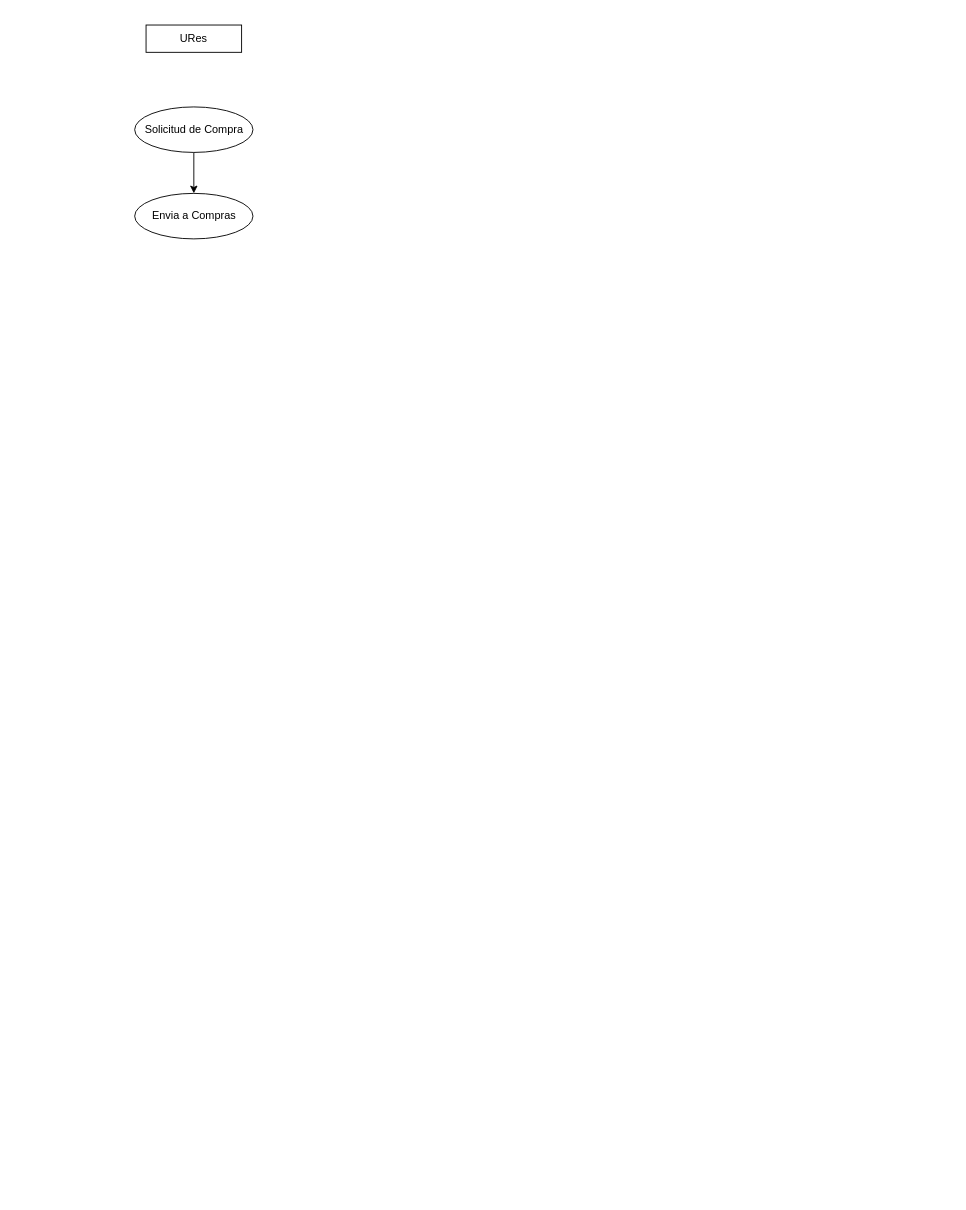
The draw.io diagram Compras.drawio in asvsoftUAGro/Diagramas, before the edit. Source tidied: cells renumbered, new cells numbered last; positions are measured from the earlier drawing's top-left corner, leaving out a move shared by most shapes. Both pictures are drawn from the tidied source at 91%, with x=0, y=0 at pixel (134, 25).
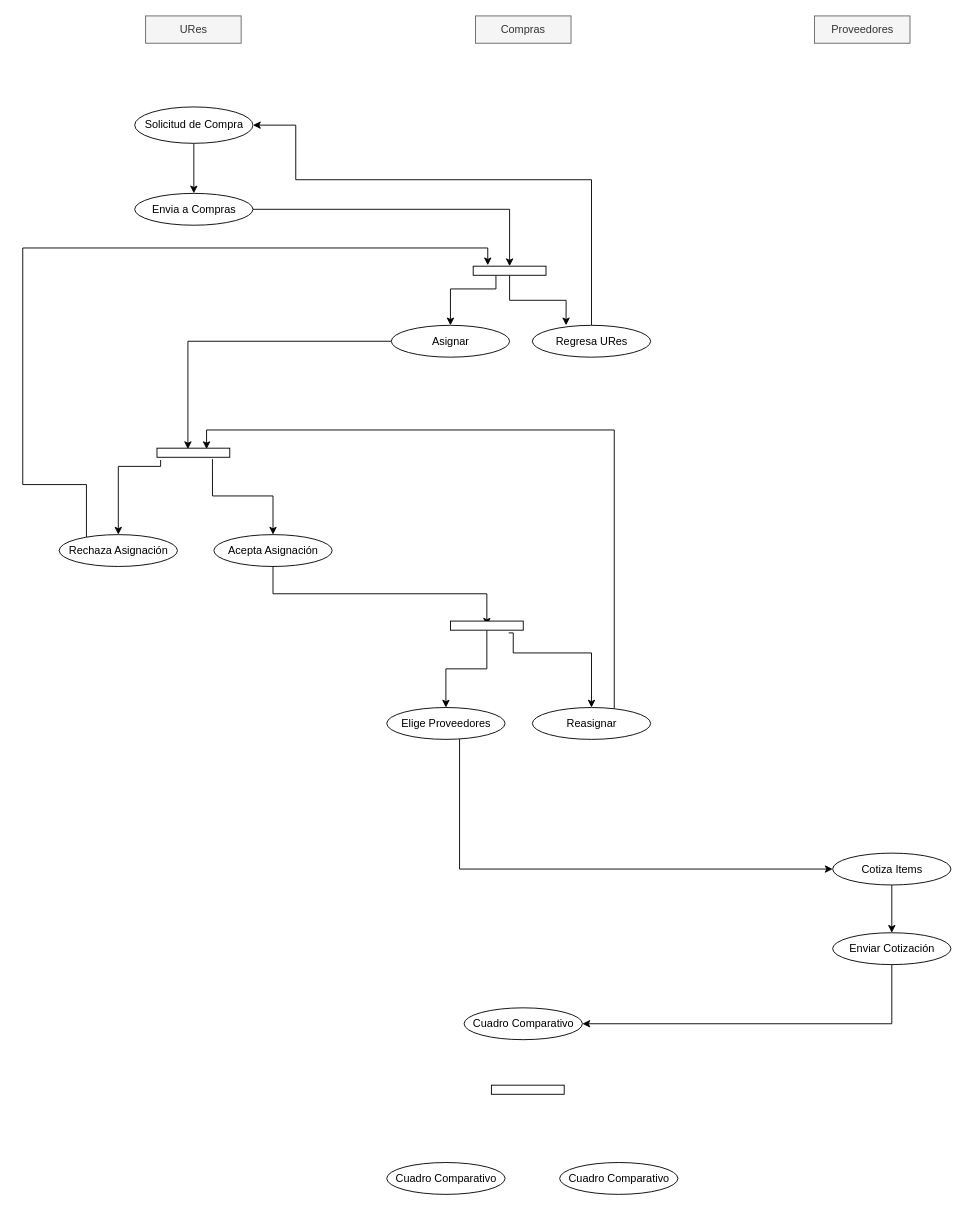
Above is the later version.

What changed in the source:
```diff
@@
     <mxCell id="3" value="Solicitud de Compra" style="ellipse;whiteSpace=wrap;html=1;" parent="1" vertex="1">
-      <mxGeometry x="0.5" y="90" width="130" height="50" as="geometry" />
+      <mxGeometry x="0.5" y="90" width="130" height="40" as="geometry" />
     </mxCell>
-    <mxCell id="4" value="URes" style="rounded=0;whiteSpace=wrap;html=1;" parent="1" vertex="1">
-      <mxGeometry x="13" width="105" height="30" as="geometry" />
+    <mxCell id="4" value="URes" style="rounded=0;whiteSpace=wrap;html=1;fillColor=#f5f5f5;strokeColor=#666666;fontColor=#333333;" parent="1" vertex="1">
+      <mxGeometry x="12.5" y="-10" width="105" height="30" as="geometry" />
     </mxCell>
+    <mxCell id="6" style="edgeStyle=orthogonalEdgeStyle;rounded=0;jettySize=auto;html=1;" parent="1" edge="1" source="5" target="9">
+      <mxGeometry relative="1" as="geometry" />
+    </mxCell>
     <mxCell id="5" value="Envia a Compras" style="ellipse;whiteSpace=wrap;html=1;" parent="1" vertex="1">
-      <mxGeometry x="0.5" y="185" width="130" height="50" as="geometry" />
+      <mxGeometry x="0.5" y="185" width="130" height="35" as="geometry" />
     </mxCell>
+    <mxCell id="7" style="edgeStyle=orthogonalEdgeStyle;rounded=0;jettySize=auto;html=1;entryX=0.285;entryY=0;entryDx=0;entryDy=0;entryPerimeter=0;" parent="1" edge="1" source="9" target="13">
+      <mxGeometry relative="1" as="geometry" />
+    </mxCell>
+    <mxCell id="8" style="edgeStyle=orthogonalEdgeStyle;rounded=0;jettySize=auto;html=1;" parent="1" edge="1" source="9" target="11">
+      <mxGeometry relative="1" as="geometry">
+        <Array as="points">
+          <mxPoint x="397.5" y="290" />
+          <mxPoint x="347.5" y="290" />
+        </Array>
+      </mxGeometry>
+    </mxCell>
+    <mxCell id="9" style="html=1;points=[];perimeter=orthogonalPerimeter;rotation=90;" parent="1" vertex="1">
+      <mxGeometry x="407.5" y="230" width="10" height="80" as="geometry" />
+    </mxCell>
+    <mxCell id="10" style="edgeStyle=orthogonalEdgeStyle;rounded=0;jettySize=auto;html=1;entryX=0.1;entryY=0.575;entryDx=0;entryDy=0;entryPerimeter=0;" parent="1" edge="1" source="11" target="17">
+      <mxGeometry relative="1" as="geometry" />
+    </mxCell>
+    <mxCell id="11" value="Asignar" style="ellipse;whiteSpace=wrap;html=1;" parent="1" vertex="1">
+      <mxGeometry x="282.5" y="330" width="130" height="35" as="geometry" />
+    </mxCell>
+    <mxCell id="12" style="edgeStyle=orthogonalEdgeStyle;rounded=0;jettySize=auto;html=1;entryX=1;entryY=0.5;entryDx=0;entryDy=0;" parent="1" edge="1" source="13" target="3">
+      <mxGeometry relative="1" as="geometry">
+        <Array as="points">
+          <mxPoint x="502.5" y="170" />
+          <mxPoint x="177.5" y="170" />
+          <mxPoint x="177.5" y="110" />
+        </Array>
+      </mxGeometry>
+    </mxCell>
+    <mxCell id="13" value="Regresa URes" style="ellipse;whiteSpace=wrap;html=1;" parent="1" vertex="1">
+      <mxGeometry x="437.5" y="330" width="130" height="35" as="geometry" />
+    </mxCell>
+    <mxCell id="14" value="Compras" style="rounded=0;whiteSpace=wrap;html=1;fillColor=#f5f5f5;strokeColor=#666666;fontColor=#333333;" parent="1" vertex="1">
+      <mxGeometry x="375" y="-10" width="105" height="30" as="geometry" />
+    </mxCell>
+    <mxCell id="15" style="edgeStyle=orthogonalEdgeStyle;rounded=0;jettySize=auto;html=1;entryX=0.5;entryY=0;entryDx=0;entryDy=0;exitX=1.3;exitY=0.95;exitDx=0;exitDy=0;exitPerimeter=0;" parent="1" edge="1" source="17" target="21">
+      <mxGeometry relative="1" as="geometry">
+        <Array as="points">
+          <mxPoint x="29.5" y="485" />
+          <mxPoint x="-17.5" y="485" />
+        </Array>
+      </mxGeometry>
+    </mxCell>
+    <mxCell id="16" style="edgeStyle=orthogonalEdgeStyle;rounded=0;jettySize=auto;html=1;exitX=1.2;exitY=0.238;exitDx=0;exitDy=0;exitPerimeter=0;" parent="1" edge="1" source="17" target="19">
+      <mxGeometry relative="1" as="geometry" />
+    </mxCell>
+    <mxCell id="17" style="html=1;points=[];perimeter=orthogonalPerimeter;rotation=90;" parent="1" vertex="1">
+      <mxGeometry x="60" y="430" width="10" height="80" as="geometry" />
+    </mxCell>
+    <mxCell id="18" style="edgeStyle=orthogonalEdgeStyle;rounded=0;jettySize=auto;html=1;entryX=0.5;entryY=0.5;entryDx=0;entryDy=0;entryPerimeter=0;exitX=0.5;exitY=1;exitDx=0;exitDy=0;" parent="1" edge="1" source="19" target="24">
+      <mxGeometry relative="1" as="geometry" />
+    </mxCell>
+    <mxCell id="19" value="Acepta Asignación" style="ellipse;whiteSpace=wrap;html=1;" parent="1" vertex="1">
+      <mxGeometry x="87.5" y="560" width="130" height="35" as="geometry" />
+    </mxCell>
+    <mxCell id="20" style="edgeStyle=orthogonalEdgeStyle;rounded=0;jettySize=auto;html=1;entryX=-0.1;entryY=0.8;entryDx=0;entryDy=0;entryPerimeter=0;" parent="1" edge="1" source="21" target="9">
+      <mxGeometry relative="1" as="geometry">
+        <Array as="points">
+          <mxPoint x="-52.5" y="505" />
+          <mxPoint x="-122.5" y="505" />
+          <mxPoint x="-122.5" y="245" />
+          <mxPoint x="388.5" y="245" />
+        </Array>
+      </mxGeometry>
+    </mxCell>
+    <mxCell id="21" value="Rechaza Asignación" style="ellipse;whiteSpace=wrap;html=1;" parent="1" vertex="1">
+      <mxGeometry x="-82.5" y="560" width="130" height="35" as="geometry" />
+    </mxCell>
+    <mxCell id="22" style="edgeStyle=orthogonalEdgeStyle;rounded=0;jettySize=auto;html=1;entryX=0.5;entryY=0;entryDx=0;entryDy=0;" parent="1" edge="1" source="24" target="28">
+      <mxGeometry relative="1" as="geometry" />
+    </mxCell>
+    <mxCell id="23" style="edgeStyle=orthogonalEdgeStyle;rounded=0;jettySize=auto;html=1;entryX=0.5;entryY=0;entryDx=0;entryDy=0;exitX=1.3;exitY=0.2;exitDx=0;exitDy=0;exitPerimeter=0;" parent="1" edge="1" source="24" target="26">
+      <mxGeometry relative="1" as="geometry">
+        <Array as="points">
+          <mxPoint x="416.5" y="690" />
+          <mxPoint x="502.5" y="690" />
+        </Array>
+      </mxGeometry>
+    </mxCell>
+    <mxCell id="24" style="html=1;points=[];perimeter=orthogonalPerimeter;rotation=90;" parent="1" vertex="1">
+      <mxGeometry x="382.5" y="620" width="10" height="80" as="geometry" />
+    </mxCell>
+    <mxCell id="25" style="edgeStyle=orthogonalEdgeStyle;rounded=0;jettySize=auto;html=1;entryX=0.1;entryY=0.319;entryDx=0;entryDy=0;entryPerimeter=0;" parent="1" edge="1" source="26" target="17">
+      <mxGeometry relative="1" as="geometry">
+        <Array as="points">
+          <mxPoint x="527.5" y="445" />
+          <mxPoint x="79.5" y="445" />
+        </Array>
+      </mxGeometry>
+    </mxCell>
+    <mxCell id="26" value="Reasignar" style="ellipse;whiteSpace=wrap;html=1;" parent="1" vertex="1">
+      <mxGeometry x="437.5" y="750" width="130" height="35" as="geometry" />
+    </mxCell>
+    <mxCell id="27" style="edgeStyle=orthogonalEdgeStyle;rounded=0;jettySize=auto;html=1;entryX=0;entryY=0.5;entryDx=0;entryDy=0;" parent="1" edge="1" source="28" target="31">
+      <mxGeometry relative="1" as="geometry">
+        <Array as="points">
+          <mxPoint x="357.5" y="928" />
+        </Array>
+      </mxGeometry>
+    </mxCell>
+    <mxCell id="28" value="Elige Proveedores" style="ellipse;whiteSpace=wrap;html=1;" parent="1" vertex="1">
+      <mxGeometry x="277.5" y="750" width="130" height="35" as="geometry" />
+    </mxCell>
+    <mxCell id="29" value="Proveedores" style="rounded=0;whiteSpace=wrap;html=1;fillColor=#f5f5f5;strokeColor=#666666;fontColor=#333333;" parent="1" vertex="1">
+      <mxGeometry x="747.5" y="-10" width="105" height="30" as="geometry" />
+    </mxCell>
+    <mxCell id="30" style="edgeStyle=orthogonalEdgeStyle;rounded=0;jettySize=auto;html=1;entryX=0.5;entryY=0;entryDx=0;entryDy=0;" parent="1" edge="1" source="31" target="33">
+      <mxGeometry relative="1" as="geometry" />
+    </mxCell>
+    <mxCell id="31" value="Cotiza Items" style="ellipse;whiteSpace=wrap;html=1;" parent="1" vertex="1">
+      <mxGeometry x="767.5" y="910" width="130" height="35" as="geometry" />
+    </mxCell>
+    <mxCell id="32" style="edgeStyle=orthogonalEdgeStyle;rounded=0;jettySize=auto;html=1;entryX=1;entryY=0.5;entryDx=0;entryDy=0;" parent="1" edge="1" source="33" target="34">
+      <mxGeometry relative="1" as="geometry">
+        <Array as="points">
+          <mxPoint x="832.5" y="1098" />
+        </Array>
+      </mxGeometry>
+    </mxCell>
+    <mxCell id="33" value="Enviar Cotización" style="ellipse;whiteSpace=wrap;html=1;" parent="1" vertex="1">
+      <mxGeometry x="767.5" y="997.5" width="130" height="35" as="geometry" />
+    </mxCell>
+    <mxCell id="34" value="Cuadro Comparativo" style="ellipse;whiteSpace=wrap;html=1;" parent="1" vertex="1">
+      <mxGeometry x="362.5" y="1080" width="130" height="35" as="geometry" />
+    </mxCell>
+    <mxCell id="35" value="Cuadro Comparativo" style="ellipse;whiteSpace=wrap;html=1;" parent="1" vertex="1">
+      <mxGeometry x="277.5" y="1250" width="130" height="35" as="geometry" />
+    </mxCell>
+    <mxCell id="36" style="html=1;perimeter=orthogonalPerimeter;rotation=90;" parent="1" vertex="1">
+      <mxGeometry x="427.5" y="1130" width="10" height="80" as="geometry" />
+    </mxCell>
+    <mxCell id="37" value="Cuadro Comparativo" style="ellipse;whiteSpace=wrap;html=1;" parent="1" vertex="1">
+      <mxGeometry x="467.5" y="1250" width="130" height="35" as="geometry" />
+    </mxCell>
```
